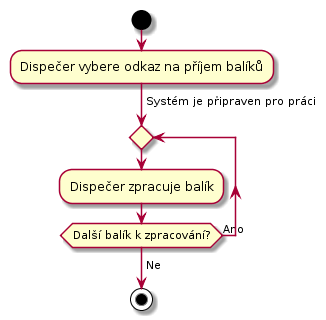
The PlantUML diagram docs/diagrams/out/uc-21-activity-1.png in Internet-Handel/postman, before a commit.
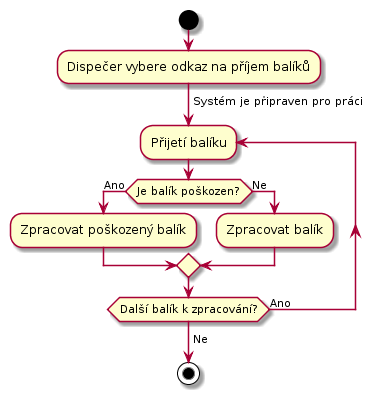
Later version of the same file.

Change to the diagram source:
```diff
@@ -5,10 +5,12 @@
 
 -> Systém je připraven pro práci;
 
-repeat
-
-  :Dispečer zpracuje balík;
-
+repeat :Přijetí balíku;
+    if (Je balík poškozen?)then (Ano)
+        :Zpracovat poškozený balík;
+    else (Ne)
+        :Zpracovat balík;
+    endif
 repeat while (Další balík k zpracování?) is (Ano)
 ->Ne;
 
```
